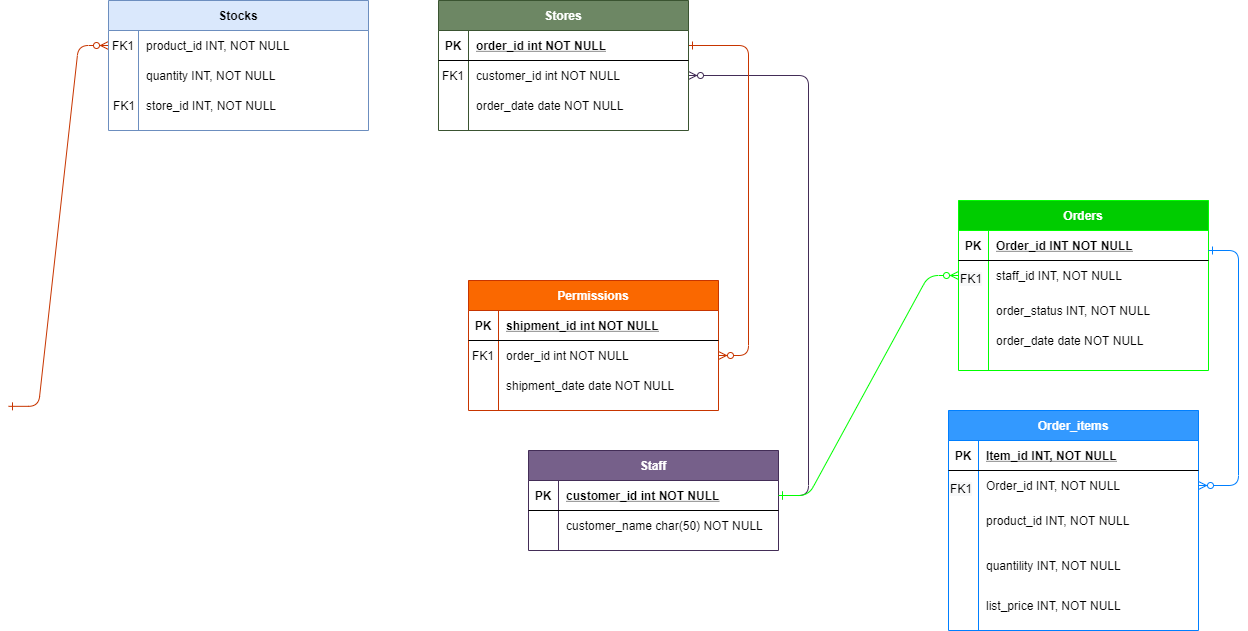
Before: RestaSoft Diagram.png, a diagram exported from draw.io (RestaSoft/ERM-RestaSoft). Source tidied: cells renumbered, new cells last; positions are measured from the earlier drawing's top-left corner, leaving out a move shared by most shapes.
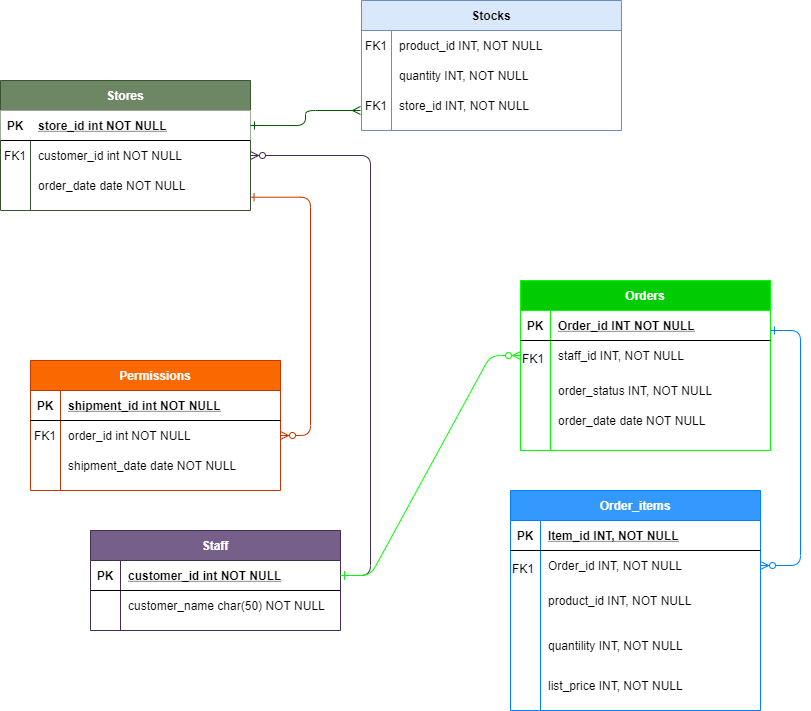
After the change.

Commit message:
Update relacionando tabla stocks RestaSoft Diagram.png

What changed in the source:
```diff
@@ -5,19 +5,19 @@
     <mxCell id="2" style="edgeStyle=entityRelationEdgeStyle;endArrow=ERzeroToMany;startArrow=ERone;endFill=1;startFill=0;fillColor=#76608a;strokeColor=#432D57;" parent="1" edge="1" source="25" target="8">
       <mxGeometry relative="1" as="geometry" />
     </mxCell>
-    <mxCell id="3" style="edgeStyle=entityRelationEdgeStyle;endArrow=ERzeroToMany;startArrow=ERone;endFill=1;startFill=0;fillColor=#fa6800;strokeColor=#C73500;" parent="1" edge="1" source="5" target="18">
+    <mxCell id="3" style="edgeStyle=entityRelationEdgeStyle;endArrow=ERzeroToMany;startArrow=ERone;endFill=1;startFill=0;fillColor=#fa6800;strokeColor=#C73500;exitX=0.998;exitY=0.89;exitDx=0;exitDy=0;exitPerimeter=0;" parent="1" edge="1" source="11" target="18">
       <mxGeometry relative="1" as="geometry" />
     </mxCell>
     <mxCell id="4" value="Stores" style="shape=table;startSize=30;rowLines=0;fontStyle=1;align=center;fillColor=#6d8764;strokeColor=#3A5431;fontColor=#ffffff;" parent="1" vertex="1">
       <mxGeometry x="430" width="250" height="130" as="geometry" />
     </mxCell>
-    <mxCell id="5" style="shape=partialRectangle;fillColor=none;points=[[0,0.5],[1,0.5]];portConstraint=eastwest;top=0;left=0;right=0;bottom=1;" parent="4" vertex="1">
+    <mxCell id="5" style="shape=partialRectangle;points=[[0,0.5],[1,0.5]];portConstraint=eastwest;top=0;left=0;right=0;bottom=1;" parent="4" vertex="1">
       <mxGeometry y="30" width="250" height="30" as="geometry" />
     </mxCell>
     <mxCell id="6" value="PK" style="shape=partialRectangle;overflow=hidden;fillColor=none;top=0;left=0;bottom=0;right=0;fontStyle=1;" parent="5" vertex="1">
       <mxGeometry width="30" height="30" as="geometry" />
     </mxCell>
-    <mxCell id="7" value="order_id int NOT NULL " style="shape=partialRectangle;overflow=hidden;fillColor=none;top=0;left=0;bottom=0;right=0;align=left;spacingLeft=6;fontStyle=5;" parent="5" vertex="1">
+    <mxCell id="7" value="store_id int NOT NULL " style="shape=partialRectangle;overflow=hidden;fillColor=none;top=0;left=0;bottom=0;right=0;align=left;spacingLeft=6;fontStyle=5;" parent="5" vertex="1">
       <mxGeometry x="30" width="220" height="30" as="geometry" />
     </mxCell>
     <mxCell id="8" style="shape=partialRectangle;fillColor=none;points=[[0,0.5],[1,0.5]];portConstraint=eastwest;top=0;left=0;right=0;bottom=0;" parent="4" vertex="1">
@@ -190,16 +190,11 @@
         <mxPoint x="1200" y="250" as="sourcePoint" />
       </mxGeometry>
     </mxCell>
-    <mxCell id="64" style="edgeStyle=entityRelationEdgeStyle;endArrow=ERzeroToMany;startArrow=ERone;endFill=1;startFill=0;fillColor=#fa6800;strokeColor=#C73500;exitX=1.004;exitY=-0.139;exitDx=0;exitDy=0;exitPerimeter=0;" parent="1" edge="1" target="67">
-      <mxGeometry relative="1" as="geometry">
-        <mxPoint y="405.8" as="sourcePoint" />
-      </mxGeometry>
-    </mxCell>
     <mxCell id="65" style="group;" parent="1" vertex="1">
-      <mxGeometry x="100" width="261" height="130" as="geometry" />
+      <mxGeometry x="790" y="-80" width="261" height="130" as="geometry" />
     </mxCell>
     <mxCell id="66" value="Stocks" style="shape=table;startSize=30;rowLines=0;fontStyle=1;align=center;fillColor=#dae8fc;strokeColor=#6c8ebf;" parent="65" vertex="1">
-      <mxGeometry width="260" height="130" as="geometry" />
+      <mxGeometry x="1" width="260" height="130" as="geometry" />
     </mxCell>
     <mxCell id="67" style="shape=partialRectangle;fillColor=none;points=[[0,0.5],[1,0.5]];portConstraint=eastwest;top=0;left=0;right=0;bottom=0;" parent="66" vertex="1">
       <mxGeometry y="30" width="260" height="30" as="geometry" />
@@ -220,13 +215,18 @@
       <mxGeometry x="30" width="230" height="30" as="geometry" />
     </mxCell>
     <mxCell id="73" value="store_id INT, NOT NULL" style="shape=partialRectangle;overflow=hidden;fillColor=none;top=0;left=0;bottom=0;right=0;align=left;spacingLeft=6;" parent="65" vertex="1">
-      <mxGeometry x="30" y="90" width="230" height="30" as="geometry" />
+      <mxGeometry x="31" y="90" width="230" height="30" as="geometry" />
     </mxCell>
     <mxCell id="74" value="FK1" style="shape=partialRectangle;overflow=hidden;fillColor=none;top=0;left=0;bottom=0;right=0;" parent="65" vertex="1">
       <mxGeometry x="1" y="90" width="30" height="30" as="geometry" />
     </mxCell>
     <mxCell id="75" value="quantity INT, NOT NULL" style="shape=partialRectangle;overflow=hidden;fillColor=none;top=0;left=0;bottom=0;right=0;align=left;spacingLeft=6;" parent="65" vertex="1">
-      <mxGeometry x="30" y="60" width="230" height="30" as="geometry" />
+      <mxGeometry x="31" y="60" width="230" height="30" as="geometry" />
     </mxCell>
+    <mxCell id="76" style="rounded=1;jettySize=auto;html=1;exitX=1;exitY=0.5;exitDx=0;exitDy=0;edgeStyle=orthogonalEdgeStyle;fillColor=#008a00;strokeColor=#005700;sketch=0;endArrow=ERmany;endFill=0;startArrow=ERone;startFill=0;" parent="1" edge="1" source="5">
+      <mxGeometry relative="1" as="geometry">
+        <mxPoint x="790" y="30" as="targetPoint" />
+      </mxGeometry>
+    </mxCell>
   </root>
 </mxGraphModel>
```
